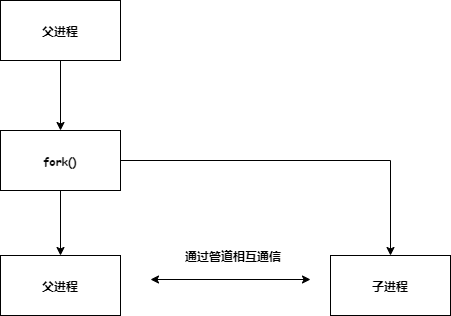
Above: GoSrc.png in aizsfgk/cdn (draw.io), before the change. Source tidied: cells renumbered, new cells last; positions are measured from the earlier drawing's top-left corner, leaving out a move shared by most shapes. The source it was exported from:
```xml
<mxGraphModel>
  <root>
    <mxCell id="0" />
    <mxCell id="1" parent="0" />
    <mxCell id="2" style="edgeStyle=orthogonalEdgeStyle;rounded=0;jettySize=auto;html=1;exitX=0.5;exitY=1;exitDx=0;exitDy=0;entryX=0.5;entryY=0;entryDx=0;entryDy=0;fontFamily=Comic Sans MS;fontStyle=1;" parent="1" edge="1" source="3" target="6">
      <mxGeometry relative="1" as="geometry" />
    </mxCell>
    <mxCell id="3" value="父进程" style="rounded=0;whiteSpace=wrap;html=1;fontFamily=Comic Sans MS;fontStyle=1;" parent="1" vertex="1">
      <mxGeometry width="120" height="60" as="geometry" />
    </mxCell>
    <mxCell id="4" style="edgeStyle=orthogonalEdgeStyle;rounded=0;jettySize=auto;html=1;exitX=1;exitY=0.5;exitDx=0;exitDy=0;entryX=0.5;entryY=0;entryDx=0;entryDy=0;fontFamily=Comic Sans MS;fontStyle=1;" parent="1" edge="1" source="6" target="7">
      <mxGeometry relative="1" as="geometry" />
    </mxCell>
    <mxCell id="5" style="edgeStyle=orthogonalEdgeStyle;rounded=0;jettySize=auto;html=1;exitX=0.5;exitY=1;exitDx=0;exitDy=0;entryX=0.5;entryY=0;entryDx=0;entryDy=0;fontFamily=Comic Sans MS;fontStyle=1;" parent="1" edge="1" source="6" target="8">
      <mxGeometry relative="1" as="geometry" />
    </mxCell>
    <mxCell id="6" value="fork()" style="whiteSpace=wrap;html=1;fontFamily=Comic Sans MS;fontStyle=1;" parent="1" vertex="1">
      <mxGeometry y="130" width="120" height="60" as="geometry" />
    </mxCell>
    <mxCell id="7" value="子进程" style="rounded=0;whiteSpace=wrap;html=1;fontFamily=Comic Sans MS;fontStyle=1;" parent="1" vertex="1">
      <mxGeometry x="330" y="255" width="120" height="60" as="geometry" />
    </mxCell>
    <mxCell id="8" value="父进程" style="rounded=0;whiteSpace=wrap;html=1;fontFamily=Comic Sans MS;fontStyle=1;" parent="1" vertex="1">
      <mxGeometry y="255" width="120" height="60" as="geometry" />
    </mxCell>
    <mxCell id="9" style="endArrow=classic;startArrow=classic;html=1;fontFamily=Comic Sans MS;fontStyle=1;" parent="1" edge="1">
      <mxGeometry relative="1" as="geometry">
        <mxPoint x="150" y="279" as="sourcePoint" />
        <mxPoint x="310" y="279" as="targetPoint" />
      </mxGeometry>
    </mxCell>
    <mxCell id="10" value="通过管道相互通信" style="text;html=1;strokeColor=none;fillColor=none;align=center;verticalAlign=middle;whiteSpace=wrap;rounded=0;fontFamily=Comic Sans MS;fontStyle=1;" parent="1" vertex="1">
      <mxGeometry x="180" y="240" width="106" height="30" as="geometry" />
    </mxCell>
  </root>
</mxGraphModel>
```
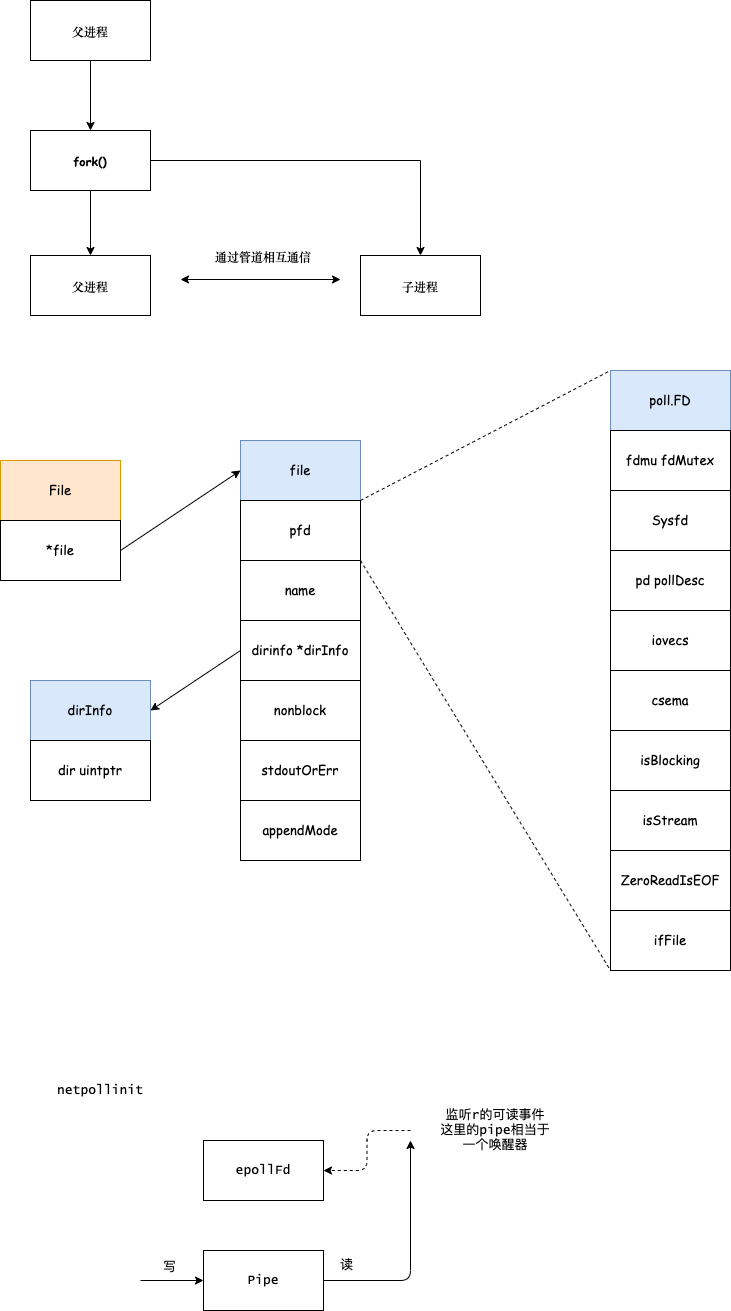
After the change.

The edit, as a diff of the source:
```diff
@@ -32,5 +32,116 @@
     <mxCell id="10" value="通过管道相互通信" style="text;html=1;strokeColor=none;fillColor=none;align=center;verticalAlign=middle;whiteSpace=wrap;rounded=0;fontFamily=Comic Sans MS;fontStyle=1;" parent="1" vertex="1">
       <mxGeometry x="180" y="240" width="106" height="30" as="geometry" />
     </mxCell>
+    <mxCell id="11" value="File" style="rounded=0;whiteSpace=wrap;html=1;fontFamily=Comic Sans MS;fontSize=13;fillColor=#ffe6cc;strokeColor=#d79b00;" parent="1" vertex="1">
+      <mxGeometry x="-30" y="460" width="120" height="60" as="geometry" />
+    </mxCell>
+    <mxCell id="12" style="rounded=0;jettySize=auto;html=1;exitX=1;exitY=0.5;exitDx=0;exitDy=0;entryX=0;entryY=0.5;entryDx=0;entryDy=0;fontFamily=Comic Sans MS;fontSize=13;elbow=vertical;" parent="1" edge="1" source="13" target="14">
+      <mxGeometry relative="1" as="geometry" />
+    </mxCell>
+    <mxCell id="13" value="*file" style="rounded=0;whiteSpace=wrap;html=1;fontFamily=Comic Sans MS;fontSize=13;" parent="1" vertex="1">
+      <mxGeometry x="-30" y="520" width="120" height="60" as="geometry" />
+    </mxCell>
+    <mxCell id="14" value="file" style="rounded=0;whiteSpace=wrap;html=1;fontFamily=Comic Sans MS;fontSize=13;fillColor=#dae8fc;strokeColor=#6c8ebf;" parent="1" vertex="1">
+      <mxGeometry x="210" y="440" width="120" height="60" as="geometry" />
+    </mxCell>
+    <mxCell id="15" value="pfd" style="rounded=0;whiteSpace=wrap;html=1;fontFamily=Comic Sans MS;fontSize=13;" parent="1" vertex="1">
+      <mxGeometry x="210" y="500" width="120" height="60" as="geometry" />
+    </mxCell>
+    <mxCell id="16" value="name" style="rounded=0;whiteSpace=wrap;html=1;fontFamily=Comic Sans MS;fontSize=13;" parent="1" vertex="1">
+      <mxGeometry x="210" y="560" width="120" height="60" as="geometry" />
+    </mxCell>
+    <mxCell id="17" style="edgeStyle=none;rounded=0;jettySize=auto;html=1;exitX=0;exitY=0.5;exitDx=0;exitDy=0;entryX=1;entryY=0.5;entryDx=0;entryDy=0;fontFamily=Comic Sans MS;fontSize=13;" parent="1" edge="1" source="18" target="24">
+      <mxGeometry relative="1" as="geometry" />
+    </mxCell>
+    <mxCell id="18" value="dirinfo *dirInfo" style="rounded=0;whiteSpace=wrap;html=1;fontFamily=Comic Sans MS;fontSize=13;" parent="1" vertex="1">
+      <mxGeometry x="210" y="620" width="120" height="60" as="geometry" />
+    </mxCell>
+    <mxCell id="19" value="nonblock" style="rounded=0;whiteSpace=wrap;html=1;fontFamily=Comic Sans MS;fontSize=13;" parent="1" vertex="1">
+      <mxGeometry x="210" y="680" width="120" height="60" as="geometry" />
+    </mxCell>
+    <mxCell id="20" value="stdoutOrErr" style="rounded=0;whiteSpace=wrap;html=1;fontFamily=Comic Sans MS;fontSize=13;" parent="1" vertex="1">
+      <mxGeometry x="210" y="740" width="120" height="60" as="geometry" />
+    </mxCell>
+    <mxCell id="21" value="appendMode" style="rounded=0;whiteSpace=wrap;html=1;fontFamily=Comic Sans MS;fontSize=13;" parent="1" vertex="1">
+      <mxGeometry x="210" y="800" width="120" height="60" as="geometry" />
+    </mxCell>
+    <mxCell id="22" style="endArrow=none;dashed=1;html=1;fontFamily=Comic Sans MS;fontSize=13;entryX=0;entryY=0;entryDx=0;entryDy=0;exitX=1;exitY=0;exitDx=0;exitDy=0;" parent="1" edge="1" source="15" target="27">
+      <mxGeometry relative="1" as="geometry" />
+    </mxCell>
+    <mxCell id="23" style="endArrow=none;dashed=1;html=1;fontFamily=Comic Sans MS;fontSize=13;entryX=0;entryY=1;entryDx=0;entryDy=0;exitX=1;exitY=0;exitDx=0;exitDy=0;" parent="1" edge="1" source="16" target="36">
+      <mxGeometry relative="1" as="geometry" />
+    </mxCell>
+    <mxCell id="24" value="dirInfo" style="rounded=0;whiteSpace=wrap;html=1;fontFamily=Comic Sans MS;fontSize=13;fillColor=#dae8fc;strokeColor=#6c8ebf;" parent="1" vertex="1">
+      <mxGeometry y="680" width="120" height="60" as="geometry" />
+    </mxCell>
+    <mxCell id="25" value="dir uintptr" style="rounded=0;whiteSpace=wrap;html=1;fontFamily=Comic Sans MS;fontSize=13;" parent="1" vertex="1">
+      <mxGeometry y="740" width="120" height="60" as="geometry" />
+    </mxCell>
+    <mxCell id="26" style="group;" parent="1" vertex="1">
+      <mxGeometry x="580" y="370" width="120" height="600" as="geometry" />
+    </mxCell>
+    <mxCell id="27" value="poll.FD" style="rounded=0;whiteSpace=wrap;html=1;fontFamily=Comic Sans MS;fontSize=13;fillColor=#dae8fc;strokeColor=#6c8ebf;" parent="26" vertex="1">
+      <mxGeometry width="120" height="60" as="geometry" />
+    </mxCell>
+    <mxCell id="28" value="fdmu fdMutex" style="rounded=0;whiteSpace=wrap;html=1;fontFamily=Comic Sans MS;fontSize=13;" parent="26" vertex="1">
+      <mxGeometry y="60" width="120" height="60" as="geometry" />
+    </mxCell>
+    <mxCell id="29" value="Sysfd" style="rounded=0;whiteSpace=wrap;html=1;fontFamily=Comic Sans MS;fontSize=13;" parent="26" vertex="1">
+      <mxGeometry y="120" width="120" height="60" as="geometry" />
+    </mxCell>
+    <mxCell id="30" value="pd pollDesc" style="rounded=0;whiteSpace=wrap;html=1;fontFamily=Comic Sans MS;fontSize=13;" parent="26" vertex="1">
+      <mxGeometry y="180" width="120" height="60" as="geometry" />
+    </mxCell>
+    <mxCell id="31" value="iovecs" style="rounded=0;whiteSpace=wrap;html=1;fontFamily=Comic Sans MS;fontSize=13;" parent="26" vertex="1">
+      <mxGeometry y="240" width="120" height="60" as="geometry" />
+    </mxCell>
+    <mxCell id="32" value="csema" style="rounded=0;whiteSpace=wrap;html=1;fontFamily=Comic Sans MS;fontSize=13;" parent="26" vertex="1">
+      <mxGeometry y="300" width="120" height="60" as="geometry" />
+    </mxCell>
+    <mxCell id="33" value="isBlocking" style="rounded=0;whiteSpace=wrap;html=1;fontFamily=Comic Sans MS;fontSize=13;" parent="26" vertex="1">
+      <mxGeometry y="360" width="120" height="60" as="geometry" />
+    </mxCell>
+    <mxCell id="34" value="isStream" style="rounded=0;whiteSpace=wrap;html=1;fontFamily=Comic Sans MS;fontSize=13;" parent="26" vertex="1">
+      <mxGeometry y="420" width="120" height="60" as="geometry" />
+    </mxCell>
+    <mxCell id="35" value="ZeroReadIsEOF" style="rounded=0;whiteSpace=wrap;html=1;fontFamily=Comic Sans MS;fontSize=13;" parent="26" vertex="1">
+      <mxGeometry y="480" width="120" height="60" as="geometry" />
+    </mxCell>
+    <mxCell id="36" value="ifFile" style="rounded=0;whiteSpace=wrap;html=1;fontFamily=Comic Sans MS;fontSize=13;" parent="26" vertex="1">
+      <mxGeometry y="540" width="120" height="60" as="geometry" />
+    </mxCell>
+    <mxCell id="37" value="epollFd" style="rounded=0;whiteSpace=wrap;html=1;fontFamily=Lucida Console;fontSize=13;" parent="1" vertex="1">
+      <mxGeometry x="173" y="1140" width="120" height="60" as="geometry" />
+    </mxCell>
+    <mxCell id="38" value="Pipe" style="rounded=0;whiteSpace=wrap;html=1;fontFamily=Lucida Console;fontSize=13;" parent="1" vertex="1">
+      <mxGeometry x="173" y="1250" width="120" height="60" as="geometry" />
+    </mxCell>
+    <mxCell id="39" style="endArrow=classic;html=1;fontFamily=Lucida Console;fontSize=13;exitX=1;exitY=0.5;exitDx=0;exitDy=0;edgeStyle=orthogonalEdgeStyle;" parent="1" edge="1" source="38">
+      <mxGeometry relative="1" as="geometry">
+        <mxPoint x="380" y="1140" as="targetPoint" />
+      </mxGeometry>
+    </mxCell>
+    <mxCell id="40" style="edgeStyle=none;rounded=0;jettySize=auto;html=1;fontFamily=Lucida Console;fontSize=13;entryX=0;entryY=0.5;entryDx=0;entryDy=0;" parent="1" edge="1" target="38">
+      <mxGeometry relative="1" as="geometry">
+        <mxPoint x="110" y="1280" as="sourcePoint" />
+      </mxGeometry>
+    </mxCell>
+    <mxCell id="41" value="写" style="text;html=1;align=center;verticalAlign=middle;fontSize=13;fontFamily=Lucida Console;" parent="1" vertex="1">
+      <mxGeometry x="124" y="1257" width="30" height="20" as="geometry" />
+    </mxCell>
+    <mxCell id="42" value="读" style="text;html=1;align=center;verticalAlign=middle;fontSize=13;fontFamily=Lucida Console;" parent="1" vertex="1">
+      <mxGeometry x="301" y="1255" width="30" height="20" as="geometry" />
+    </mxCell>
+    <mxCell id="43" style="endArrow=classic;html=1;fontFamily=Lucida Console;fontSize=13;entryX=1;entryY=0.5;entryDx=0;entryDy=0;edgeStyle=orthogonalEdgeStyle;dashed=1;" parent="1" edge="1" target="37">
+      <mxGeometry relative="1" as="geometry">
+        <mxPoint x="380" y="1130" as="sourcePoint" />
+      </mxGeometry>
+    </mxCell>
+    <mxCell id="44" value="监听r的可读事件&lt;br style=&quot;font-size: 13px;&quot;&gt;这里的pipe相当于&lt;br style=&quot;font-size: 13px;&quot;&gt;一个唤醒器" style="text;html=1;strokeColor=none;fillColor=none;align=center;verticalAlign=middle;whiteSpace=wrap;rounded=0;fontFamily=Lucida Console;fontSize=13;" parent="1" vertex="1">
+      <mxGeometry x="390" y="1110" width="150" height="40" as="geometry" />
+    </mxCell>
+    <mxCell id="45" value="netpollinit" style="text;html=1;strokeColor=none;fillColor=none;align=center;verticalAlign=middle;whiteSpace=wrap;rounded=0;fontFamily=Lucida Console;fontSize=13;" parent="1" vertex="1">
+      <mxGeometry x="50" y="1080" width="40" height="20" as="geometry" />
+    </mxCell>
   </root>
 </mxGraphModel>
```
